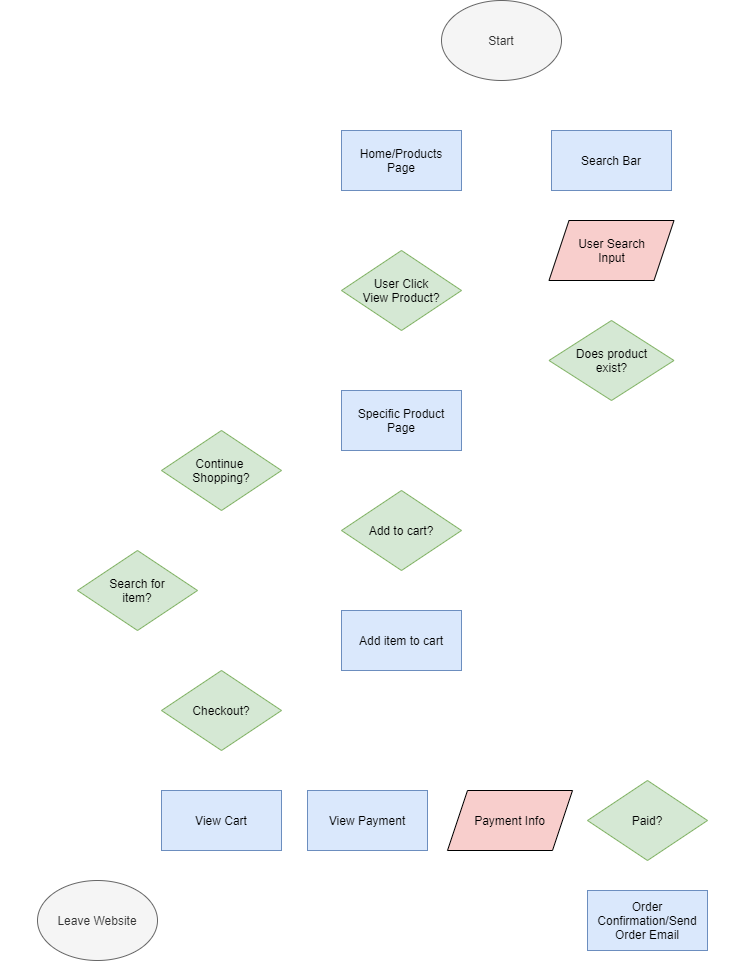
This is part2/part2.drawio.png from elliscchang/wi21-cse110-lab4, a draw.io export, as it was before one commit. Source tidied: cells renumbered, new cells last; positions are measured from the earlier drawing's top-left corner, leaving out a move shared by most shapes.
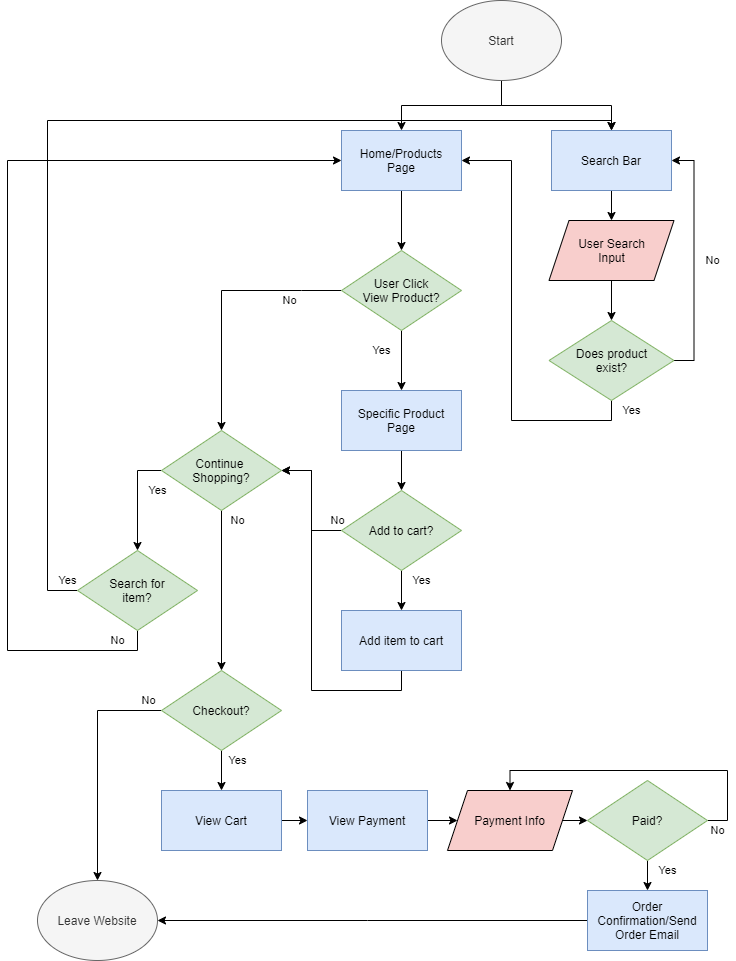
The same diagram one commit later.

Commit message:
added diagramming part

Diff of the diagram source:
```diff
@@ -2,40 +2,40 @@
   <root>
     <mxCell id="0" />
     <mxCell id="1" parent="0" />
-    <mxCell id="2" style="edgeStyle=orthogonalEdgeStyle;rounded=0;jettySize=auto;html=1;exitX=0.5;exitY=1;exitDx=0;exitDy=0;labelBackgroundColor=none;fontColor=#FFFFFF;fillColor=#f5f5f5;strokeColor=#FFFFFF;" parent="1" edge="1" source="4" target="6">
+    <mxCell id="2" style="edgeStyle=orthogonalEdgeStyle;rounded=0;jettySize=auto;html=1;exitX=0.5;exitY=1;exitDx=0;exitDy=0;" parent="1" edge="1" source="4" target="6">
       <mxGeometry relative="1" as="geometry" />
     </mxCell>
-    <mxCell id="3" style="edgeStyle=orthogonalEdgeStyle;rounded=0;jettySize=auto;html=1;exitX=0.5;exitY=1;exitDx=0;exitDy=0;entryX=0.5;entryY=0;entryDx=0;entryDy=0;labelBackgroundColor=none;fontColor=#FFFFFF;fillColor=#f5f5f5;strokeColor=#FFFFFF;" parent="1" edge="1" source="4" target="8">
+    <mxCell id="3" style="edgeStyle=orthogonalEdgeStyle;rounded=0;jettySize=auto;html=1;exitX=0.5;exitY=1;exitDx=0;exitDy=0;entryX=0.5;entryY=0;entryDx=0;entryDy=0;" parent="1" edge="1" source="4" target="8">
       <mxGeometry relative="1" as="geometry" />
     </mxCell>
     <mxCell id="4" value="Start" style="ellipse;whiteSpace=wrap;html=1;fillColor=#f5f5f5;strokeColor=#666666;fontColor=#333333;" parent="1" vertex="1">
       <mxGeometry x="434" width="120" height="80" as="geometry" />
     </mxCell>
-    <mxCell id="5" style="edgeStyle=orthogonalEdgeStyle;rounded=0;jettySize=auto;html=1;entryX=0.5;entryY=0;entryDx=0;entryDy=0;labelBackgroundColor=none;fontColor=#FFFFFF;fillColor=#f5f5f5;strokeColor=#FFFFFF;" parent="1" edge="1" source="6" target="18">
+    <mxCell id="5" style="edgeStyle=orthogonalEdgeStyle;rounded=0;jettySize=auto;html=1;entryX=0.5;entryY=0;entryDx=0;entryDy=0;fontColor=#FFFFFF;" parent="1" edge="1" source="6" target="18">
       <mxGeometry relative="1" as="geometry" />
     </mxCell>
     <mxCell id="6" value="Home/Products&lt;br&gt;Page" style="rounded=0;whiteSpace=wrap;html=1;fillColor=#dae8fc;strokeColor=#6c8ebf;fontColor=#000000;" parent="1" vertex="1">
       <mxGeometry x="334" y="130" width="120" height="60" as="geometry" />
     </mxCell>
-    <mxCell id="7" style="edgeStyle=orthogonalEdgeStyle;rounded=0;jettySize=auto;html=1;exitX=0.5;exitY=1;exitDx=0;exitDy=0;entryX=0.5;entryY=0;entryDx=0;entryDy=0;labelBackgroundColor=none;fontColor=#FFFFFF;fillColor=#f5f5f5;strokeColor=#FFFFFF;" parent="1" edge="1" source="8" target="10">
+    <mxCell id="7" style="edgeStyle=orthogonalEdgeStyle;rounded=0;jettySize=auto;html=1;exitX=0.5;exitY=1;exitDx=0;exitDy=0;entryX=0.5;entryY=0;entryDx=0;entryDy=0;" parent="1" edge="1" source="8" target="10">
       <mxGeometry relative="1" as="geometry" />
     </mxCell>
     <mxCell id="8" value="Search Bar" style="rounded=0;whiteSpace=wrap;html=1;fillColor=#dae8fc;strokeColor=#6c8ebf;fontColor=#000000;" parent="1" vertex="1">
       <mxGeometry x="544" y="130" width="120" height="60" as="geometry" />
     </mxCell>
-    <mxCell id="9" style="edgeStyle=orthogonalEdgeStyle;rounded=0;jettySize=auto;html=1;exitX=0.5;exitY=1;exitDx=0;exitDy=0;entryX=0.5;entryY=0;entryDx=0;entryDy=0;labelBackgroundColor=none;fontColor=#FFFFFF;fillColor=#f5f5f5;strokeColor=#FFFFFF;" parent="1" edge="1" source="10" target="15">
+    <mxCell id="9" style="edgeStyle=orthogonalEdgeStyle;rounded=0;jettySize=auto;html=1;exitX=0.5;exitY=1;exitDx=0;exitDy=0;entryX=0.5;entryY=0;entryDx=0;entryDy=0;" parent="1" edge="1" source="10" target="15">
       <mxGeometry relative="1" as="geometry" />
     </mxCell>
     <mxCell id="10" value="User Search&lt;br&gt;Input" style="shape=parallelogram;perimeter=parallelogramPerimeter;whiteSpace=wrap;html=1;fixedSize=1;fillColor=#f8cecc;fontColor=#000000;" parent="1" vertex="1">
       <mxGeometry x="541.5" y="220" width="125" height="60" as="geometry" />
     </mxCell>
-    <mxCell id="11" style="edgeStyle=orthogonalEdgeStyle;rounded=0;jettySize=auto;html=1;exitX=0.5;exitY=1;exitDx=0;exitDy=0;entryX=0.5;entryY=0;entryDx=0;entryDy=0;align=right;labelBackgroundColor=none;fontColor=#FFFFFF;fillColor=#f5f5f5;strokeColor=#FFFFFF;" parent="1" edge="1" source="12" target="24">
+    <mxCell id="11" style="edgeStyle=orthogonalEdgeStyle;rounded=0;jettySize=auto;html=1;exitX=0.5;exitY=1;exitDx=0;exitDy=0;entryX=0.5;entryY=0;entryDx=0;entryDy=0;fontColor=#FFFFFF;align=right;" parent="1" edge="1" source="12" target="24">
       <mxGeometry relative="1" as="geometry" />
     </mxCell>
     <mxCell id="12" value="Specific Product Page" style="rounded=0;whiteSpace=wrap;html=1;fillColor=#dae8fc;strokeColor=#6c8ebf;fontColor=#000000;" parent="1" vertex="1">
       <mxGeometry x="334" y="390" width="120" height="60" as="geometry" />
     </mxCell>
-    <mxCell id="13" value="Yes" style="edgeStyle=orthogonalEdgeStyle;rounded=0;jettySize=auto;html=1;exitX=0.5;exitY=1;exitDx=0;exitDy=0;entryX=1;entryY=0.5;entryDx=0;entryDy=0;labelBackgroundColor=none;fontColor=#FFFFFF;fillColor=#f5f5f5;strokeColor=#FFFFFF;" parent="1" edge="1" source="15" target="6">
+    <mxCell id="13" value="Yes" style="edgeStyle=orthogonalEdgeStyle;rounded=0;jettySize=auto;html=1;exitX=0.5;exitY=1;exitDx=0;exitDy=0;entryX=1;entryY=0.5;entryDx=0;entryDy=0;labelBackgroundColor=none;fontColor=#000000;" parent="1" edge="1" source="15" target="6">
       <mxGeometry x="-0.95" y="20" relative="1" as="geometry">
         <Array as="points">
           <mxPoint x="604" y="420" />
@@ -44,7 +44,7 @@
         </Array>
       </mxGeometry>
     </mxCell>
-    <mxCell id="14" value="No" style="edgeStyle=orthogonalEdgeStyle;rounded=0;jettySize=auto;html=1;exitX=1;exitY=0.5;exitDx=0;exitDy=0;entryX=1;entryY=0.5;entryDx=0;entryDy=0;labelBackgroundColor=none;fontColor=#FFFFFF;fillColor=#f5f5f5;strokeColor=#FFFFFF;" parent="1" edge="1" source="15" target="8">
+    <mxCell id="14" value="No" style="edgeStyle=orthogonalEdgeStyle;rounded=0;jettySize=auto;html=1;exitX=1;exitY=0.5;exitDx=0;exitDy=0;entryX=1;entryY=0.5;entryDx=0;entryDy=0;labelBackgroundColor=none;fontColor=#000000;" parent="1" edge="1" source="15" target="8">
       <mxGeometry x="-0.01" y="-17" relative="1" as="geometry">
         <mxPoint x="1" as="offset" />
       </mxGeometry>
@@ -52,7 +52,7 @@
     <mxCell id="15" value="Does product&lt;br&gt;exist?" style="rhombus;whiteSpace=wrap;html=1;fillColor=#d5e8d4;strokeColor=#82b366;fontColor=#000000;" parent="1" vertex="1">
       <mxGeometry x="541.5" y="320" width="125" height="80" as="geometry" />
     </mxCell>
-    <mxCell id="16" value="&lt;font&gt;No&lt;br&gt;&lt;/font&gt;" style="edgeStyle=orthogonalEdgeStyle;rounded=0;jettySize=auto;html=1;labelBackgroundColor=none;fontColor=#FFFFFF;fillColor=#f5f5f5;strokeColor=#FFFFFF;" parent="1" edge="1" source="18" target="21">
+    <mxCell id="16" value="&lt;font&gt;No&lt;br&gt;&lt;/font&gt;" style="edgeStyle=orthogonalEdgeStyle;rounded=0;jettySize=auto;html=1;labelBackgroundColor=none;fontColor=#000000;" parent="1" edge="1" source="18" target="21">
       <mxGeometry x="-0.6" y="10" relative="1" as="geometry">
         <Array as="points">
           <mxPoint x="294" y="290" />
@@ -60,37 +60,37 @@
         </Array>
       </mxGeometry>
     </mxCell>
-    <mxCell id="17" value="Yes" style="edgeStyle=orthogonalEdgeStyle;rounded=0;jettySize=auto;html=1;exitX=0.5;exitY=1;exitDx=0;exitDy=0;entryX=0.5;entryY=0;entryDx=0;entryDy=0;align=center;labelBackgroundColor=none;fontColor=#FFFFFF;fillColor=#f5f5f5;strokeColor=#FFFFFF;" parent="1" edge="1" source="18" target="12">
+    <mxCell id="17" value="Yes" style="edgeStyle=orthogonalEdgeStyle;rounded=0;jettySize=auto;html=1;exitX=0.5;exitY=1;exitDx=0;exitDy=0;entryX=0.5;entryY=0;entryDx=0;entryDy=0;align=center;labelBackgroundColor=none;fontColor=#000000;" parent="1" edge="1" source="18" target="12">
       <mxGeometry x="-0.33" y="-20" relative="1" as="geometry" />
     </mxCell>
     <mxCell id="18" value="User Click&lt;br&gt;View Product?" style="rhombus;whiteSpace=wrap;html=1;fillColor=#d5e8d4;strokeColor=#82b366;fontColor=#000000;" parent="1" vertex="1">
       <mxGeometry x="334" y="250" width="120" height="80" as="geometry" />
     </mxCell>
-    <mxCell id="19" value="Yes" style="edgeStyle=orthogonalEdgeStyle;rounded=0;jettySize=auto;html=1;exitX=0;exitY=0.5;exitDx=0;exitDy=0;entryX=0.5;entryY=0;entryDx=0;entryDy=0;align=center;labelBackgroundColor=none;fontColor=#FFFFFF;fillColor=#f5f5f5;strokeColor=#FFFFFF;" parent="1" edge="1" source="21" target="29">
+    <mxCell id="19" value="Yes" style="edgeStyle=orthogonalEdgeStyle;rounded=0;jettySize=auto;html=1;exitX=0;exitY=0.5;exitDx=0;exitDy=0;entryX=0.5;entryY=0;entryDx=0;entryDy=0;align=center;labelBackgroundColor=none;fontColor=#000000;" parent="1" edge="1" source="21" target="29">
       <mxGeometry x="-0.15" y="20" relative="1" as="geometry" />
     </mxCell>
-    <mxCell id="20" value="No" style="edgeStyle=orthogonalEdgeStyle;rounded=0;jettySize=auto;html=1;exitX=0.5;exitY=1;exitDx=0;exitDy=0;entryX=0.5;entryY=0;entryDx=0;entryDy=0;align=center;labelBackgroundColor=none;fontColor=#FFFFFF;fillColor=#f5f5f5;strokeColor=#FFFFFF;" parent="1" edge="1" source="21" target="32">
+    <mxCell id="20" value="No" style="edgeStyle=orthogonalEdgeStyle;rounded=0;jettySize=auto;html=1;exitX=0.5;exitY=1;exitDx=0;exitDy=0;entryX=0.5;entryY=0;entryDx=0;entryDy=0;align=center;labelBackgroundColor=none;fontColor=#000000;" parent="1" edge="1" source="21" target="32">
       <mxGeometry x="-0.88" y="16" relative="1" as="geometry" />
     </mxCell>
     <mxCell id="21" value="Continue &lt;br&gt;Shopping?" style="rhombus;whiteSpace=wrap;html=1;fillColor=#d5e8d4;strokeColor=#82b366;fontColor=#000000;" parent="1" vertex="1">
       <mxGeometry x="154" y="430" width="120" height="80" as="geometry" />
     </mxCell>
-    <mxCell id="22" value="Yes" style="edgeStyle=orthogonalEdgeStyle;rounded=0;jettySize=auto;html=1;exitX=0.5;exitY=1;exitDx=0;exitDy=0;entryX=0.5;entryY=0;entryDx=0;entryDy=0;align=center;labelBackgroundColor=none;fontColor=#FFFFFF;fillColor=#f5f5f5;strokeColor=#FFFFFF;" parent="1" edge="1" source="24" target="26">
+    <mxCell id="22" value="Yes" style="edgeStyle=orthogonalEdgeStyle;rounded=0;jettySize=auto;html=1;exitX=0.5;exitY=1;exitDx=0;exitDy=0;entryX=0.5;entryY=0;entryDx=0;entryDy=0;align=center;labelBackgroundColor=none;fontColor=#000000;" parent="1" edge="1" source="24" target="26">
       <mxGeometry x="-0.5" y="20" relative="1" as="geometry" />
     </mxCell>
-    <mxCell id="23" value="No" style="edgeStyle=orthogonalEdgeStyle;rounded=0;jettySize=auto;html=1;exitX=0;exitY=0.5;exitDx=0;exitDy=0;entryX=1;entryY=0.5;entryDx=0;entryDy=0;align=center;labelBackgroundColor=none;fontColor=#FFFFFF;fillColor=#f5f5f5;strokeColor=#FFFFFF;" parent="1" edge="1" source="24" target="21">
+    <mxCell id="23" value="No" style="edgeStyle=orthogonalEdgeStyle;rounded=0;jettySize=auto;html=1;exitX=0;exitY=0.5;exitDx=0;exitDy=0;entryX=1;entryY=0.5;entryDx=0;entryDy=0;align=center;labelBackgroundColor=none;fontColor=#000000;" parent="1" edge="1" source="24" target="21">
       <mxGeometry x="-0.93" y="-10" relative="1" as="geometry" />
     </mxCell>
     <mxCell id="24" value="Add to cart?" style="rhombus;whiteSpace=wrap;html=1;fillColor=#d5e8d4;strokeColor=#82b366;fontColor=#000000;" parent="1" vertex="1">
       <mxGeometry x="334" y="490" width="120" height="80" as="geometry" />
     </mxCell>
-    <mxCell id="25" style="edgeStyle=orthogonalEdgeStyle;rounded=0;jettySize=auto;html=1;exitX=0.5;exitY=1;exitDx=0;exitDy=0;entryX=1;entryY=0.5;entryDx=0;entryDy=0;align=right;labelBackgroundColor=none;fontColor=#FFFFFF;fillColor=#f5f5f5;strokeColor=#FFFFFF;" parent="1" edge="1" source="26" target="21">
+    <mxCell id="25" style="edgeStyle=orthogonalEdgeStyle;rounded=0;jettySize=auto;html=1;exitX=0.5;exitY=1;exitDx=0;exitDy=0;entryX=1;entryY=0.5;entryDx=0;entryDy=0;fontColor=#FFFFFF;align=right;" parent="1" edge="1" source="26" target="21">
       <mxGeometry relative="1" as="geometry" />
     </mxCell>
     <mxCell id="26" value="Add item to cart" style="rounded=0;whiteSpace=wrap;html=1;fillColor=#dae8fc;strokeColor=#6c8ebf;fontColor=#000000;" parent="1" vertex="1">
       <mxGeometry x="334" y="610" width="120" height="60" as="geometry" />
     </mxCell>
-    <mxCell id="27" value="Yes" style="edgeStyle=orthogonalEdgeStyle;rounded=0;jettySize=auto;html=1;exitX=0;exitY=0.5;exitDx=0;exitDy=0;entryX=0.5;entryY=0;entryDx=0;entryDy=0;align=center;labelBackgroundColor=none;fontColor=#FFFFFF;fillColor=#f5f5f5;strokeColor=#FFFFFF;" parent="1" edge="1" source="29" target="8">
+    <mxCell id="27" value="Yes" style="edgeStyle=orthogonalEdgeStyle;rounded=0;jettySize=auto;html=1;exitX=0;exitY=0.5;exitDx=0;exitDy=0;entryX=0.5;entryY=0;entryDx=0;entryDy=0;align=center;labelBackgroundColor=none;fontColor=#000000;" parent="1" edge="1" source="29" target="8">
       <mxGeometry x="-0.98" y="-10" relative="1" as="geometry">
         <Array as="points">
           <mxPoint x="40" y="590" />
@@ -99,7 +99,7 @@
         </Array>
       </mxGeometry>
     </mxCell>
-    <mxCell id="28" value="No" style="edgeStyle=orthogonalEdgeStyle;rounded=0;jettySize=auto;html=1;exitX=0.5;exitY=1;exitDx=0;exitDy=0;entryX=0;entryY=0.5;entryDx=0;entryDy=0;align=center;labelBackgroundColor=none;fontColor=#FFFFFF;fillColor=#f5f5f5;strokeColor=#FFFFFF;" parent="1" edge="1" source="29" target="6">
+    <mxCell id="28" value="No" style="edgeStyle=orthogonalEdgeStyle;rounded=0;jettySize=auto;html=1;exitX=0.5;exitY=1;exitDx=0;exitDy=0;entryX=0;entryY=0.5;entryDx=0;entryDy=0;align=center;labelBackgroundColor=none;fontColor=#000000;" parent="1" edge="1" source="29" target="6">
       <mxGeometry x="-0.92" y="-10" relative="1" as="geometry">
         <Array as="points">
           <mxPoint x="130" y="650" />
@@ -111,14 +111,14 @@
     <mxCell id="29" value="Search for&lt;br&gt;item?" style="rhombus;whiteSpace=wrap;html=1;fillColor=#d5e8d4;strokeColor=#82b366;fontColor=#000000;" parent="1" vertex="1">
       <mxGeometry x="70" y="550" width="120" height="80" as="geometry" />
     </mxCell>
-    <mxCell id="30" value="No" style="edgeStyle=orthogonalEdgeStyle;rounded=0;jettySize=auto;html=1;exitX=0;exitY=0.5;exitDx=0;exitDy=0;entryX=0.5;entryY=0;entryDx=0;entryDy=0;align=center;labelBackgroundColor=none;fontColor=#FFFFFF;fillColor=#f5f5f5;strokeColor=#FFFFFF;" parent="1" edge="1" source="32" target="33">
+    <mxCell id="30" value="No" style="edgeStyle=orthogonalEdgeStyle;rounded=0;jettySize=auto;html=1;exitX=0;exitY=0.5;exitDx=0;exitDy=0;entryX=0.5;entryY=0;entryDx=0;entryDy=0;align=center;labelBackgroundColor=none;fontColor=#000000;" parent="1" edge="1" source="32" target="33">
       <mxGeometry x="-0.89" y="-10" relative="1" as="geometry">
         <Array as="points">
           <mxPoint x="90" y="710" />
         </Array>
       </mxGeometry>
     </mxCell>
-    <mxCell id="31" value="Yes" style="edgeStyle=orthogonalEdgeStyle;rounded=0;jettySize=auto;html=1;exitX=0.5;exitY=1;exitDx=0;exitDy=0;entryX=0.5;entryY=0;entryDx=0;entryDy=0;align=center;labelBackgroundColor=none;fontColor=#FFFFFF;fillColor=#f5f5f5;strokeColor=#FFFFFF;" parent="1" edge="1" source="32" target="35">
+    <mxCell id="31" value="Yes" style="edgeStyle=orthogonalEdgeStyle;rounded=0;jettySize=auto;html=1;exitX=0.5;exitY=1;exitDx=0;exitDy=0;entryX=0.5;entryY=0;entryDx=0;entryDy=0;align=center;labelBackgroundColor=none;fontColor=#000000;" parent="1" edge="1" source="32" target="35">
       <mxGeometry x="-0.5" y="16" relative="1" as="geometry" />
     </mxCell>
     <mxCell id="32" value="Checkout?" style="rhombus;whiteSpace=wrap;html=1;fillColor=#d5e8d4;strokeColor=#82b366;fontColor=#000000;" parent="1" vertex="1">
@@ -127,25 +127,25 @@
     <mxCell id="33" value="Leave Website" style="ellipse;whiteSpace=wrap;html=1;fillColor=#f5f5f5;strokeColor=#666666;fontColor=#333333;" parent="1" vertex="1">
       <mxGeometry x="30" y="880" width="120" height="80" as="geometry" />
     </mxCell>
-    <mxCell id="34" style="edgeStyle=orthogonalEdgeStyle;rounded=0;jettySize=auto;html=1;exitX=1;exitY=0.5;exitDx=0;exitDy=0;entryX=0;entryY=0.5;entryDx=0;entryDy=0;align=center;labelBackgroundColor=none;fontColor=#FFFFFF;fillColor=#f5f5f5;strokeColor=#FFFFFF;" parent="1" edge="1" source="35" target="37">
+    <mxCell id="34" style="edgeStyle=orthogonalEdgeStyle;rounded=0;jettySize=auto;html=1;exitX=1;exitY=0.5;exitDx=0;exitDy=0;entryX=0;entryY=0.5;entryDx=0;entryDy=0;fontColor=#FFFFFF;align=center;" parent="1" edge="1" source="35" target="37">
       <mxGeometry relative="1" as="geometry" />
     </mxCell>
     <mxCell id="35" value="View Cart" style="rounded=0;whiteSpace=wrap;html=1;fillColor=#dae8fc;strokeColor=#6c8ebf;fontColor=#000000;" parent="1" vertex="1">
       <mxGeometry x="154" y="790" width="120" height="60" as="geometry" />
     </mxCell>
-    <mxCell id="36" style="edgeStyle=orthogonalEdgeStyle;rounded=0;jettySize=auto;html=1;exitX=1;exitY=0.5;exitDx=0;exitDy=0;entryX=0;entryY=0.5;entryDx=0;entryDy=0;align=center;labelBackgroundColor=none;fontColor=#FFFFFF;fillColor=#f5f5f5;strokeColor=#FFFFFF;" parent="1" edge="1" source="37" target="39">
+    <mxCell id="36" style="edgeStyle=orthogonalEdgeStyle;rounded=0;jettySize=auto;html=1;exitX=1;exitY=0.5;exitDx=0;exitDy=0;entryX=0;entryY=0.5;entryDx=0;entryDy=0;fontColor=#FFFFFF;align=center;" parent="1" edge="1" source="37" target="39">
       <mxGeometry relative="1" as="geometry" />
     </mxCell>
     <mxCell id="37" value="View Payment" style="rounded=0;whiteSpace=wrap;html=1;fillColor=#dae8fc;strokeColor=#6c8ebf;fontColor=#000000;" parent="1" vertex="1">
       <mxGeometry x="300" y="790" width="120" height="60" as="geometry" />
     </mxCell>
-    <mxCell id="38" style="edgeStyle=orthogonalEdgeStyle;rounded=0;jettySize=auto;html=1;exitX=1;exitY=0.5;exitDx=0;exitDy=0;entryX=0;entryY=0.5;entryDx=0;entryDy=0;align=center;labelBackgroundColor=none;fontColor=#FFFFFF;fillColor=#f5f5f5;strokeColor=#FFFFFF;" parent="1" edge="1" source="39" target="42">
+    <mxCell id="38" style="edgeStyle=orthogonalEdgeStyle;rounded=0;jettySize=auto;html=1;exitX=1;exitY=0.5;exitDx=0;exitDy=0;entryX=0;entryY=0.5;entryDx=0;entryDy=0;fontColor=#FFFFFF;align=center;" parent="1" edge="1" source="39" target="42">
       <mxGeometry relative="1" as="geometry" />
     </mxCell>
     <mxCell id="39" value="Payment Info" style="shape=parallelogram;perimeter=parallelogramPerimeter;whiteSpace=wrap;html=1;fixedSize=1;fillColor=#f8cecc;fontColor=#000000;" parent="1" vertex="1">
       <mxGeometry x="440" y="790" width="125" height="60" as="geometry" />
     </mxCell>
-    <mxCell id="40" value="No" style="edgeStyle=orthogonalEdgeStyle;rounded=0;jettySize=auto;html=1;exitX=1;exitY=0.5;exitDx=0;exitDy=0;entryX=0.5;entryY=0;entryDx=0;entryDy=0;align=center;labelBackgroundColor=none;fillColor=#f5f5f5;fontColor=#FFFFFF;strokeColor=#FFFFFF;" parent="1" edge="1" source="42" target="39">
+    <mxCell id="40" value="No" style="edgeStyle=orthogonalEdgeStyle;rounded=0;jettySize=auto;html=1;exitX=1;exitY=0.5;exitDx=0;exitDy=0;entryX=0.5;entryY=0;entryDx=0;entryDy=0;align=center;labelBackgroundColor=none;fontColor=#000000;" parent="1" edge="1" source="42" target="39">
       <mxGeometry x="-0.94" y="-10" relative="1" as="geometry">
         <Array as="points">
           <mxPoint x="720" y="820" />
@@ -154,13 +154,13 @@
         </Array>
       </mxGeometry>
     </mxCell>
-    <mxCell id="41" value="Yes" style="edgeStyle=orthogonalEdgeStyle;rounded=0;jettySize=auto;html=1;exitX=0.5;exitY=1;exitDx=0;exitDy=0;entryX=0.5;entryY=0;entryDx=0;entryDy=0;align=center;labelBackgroundColor=none;fontColor=#FFFFFF;fillColor=#f5f5f5;strokeColor=#FFFFFF;" parent="1" edge="1" source="42" target="44">
+    <mxCell id="41" value="Yes" style="edgeStyle=orthogonalEdgeStyle;rounded=0;jettySize=auto;html=1;exitX=0.5;exitY=1;exitDx=0;exitDy=0;entryX=0.5;entryY=0;entryDx=0;entryDy=0;align=center;labelBackgroundColor=none;fontColor=#000000;" parent="1" edge="1" source="42" target="44">
       <mxGeometry x="-0.33" y="20" relative="1" as="geometry" />
     </mxCell>
     <mxCell id="42" value="Paid?" style="rhombus;whiteSpace=wrap;html=1;fillColor=#d5e8d4;strokeColor=#82b366;fontColor=#000000;" parent="1" vertex="1">
       <mxGeometry x="580" y="780" width="120" height="80" as="geometry" />
     </mxCell>
-    <mxCell id="43" style="edgeStyle=orthogonalEdgeStyle;rounded=0;jettySize=auto;html=1;exitX=0;exitY=0.5;exitDx=0;exitDy=0;entryX=1;entryY=0.5;entryDx=0;entryDy=0;align=center;labelBackgroundColor=none;fontColor=#FFFFFF;fillColor=#f5f5f5;strokeColor=#FFFFFF;" parent="1" edge="1" source="44" target="33">
+    <mxCell id="43" style="edgeStyle=orthogonalEdgeStyle;rounded=0;jettySize=auto;html=1;exitX=0;exitY=0.5;exitDx=0;exitDy=0;entryX=1;entryY=0.5;entryDx=0;entryDy=0;fontColor=#FFFFFF;align=center;" parent="1" edge="1" source="44" target="33">
       <mxGeometry relative="1" as="geometry">
         <Array as="points">
           <mxPoint x="360" y="920" />
```
